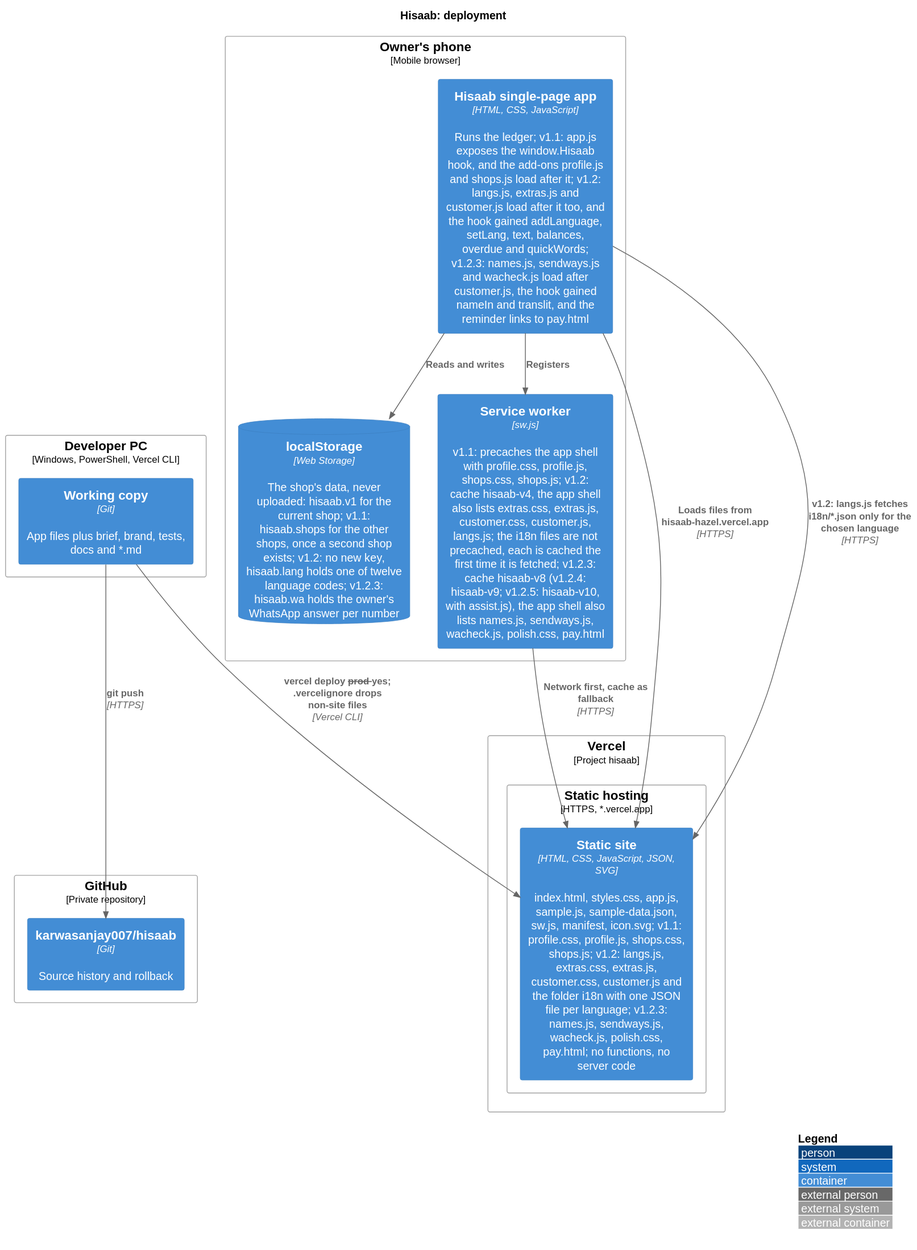
The PlantUML diagram docs/diagrams/deployment.svg in karwasanjay007/hisaab-docs, before a commit.
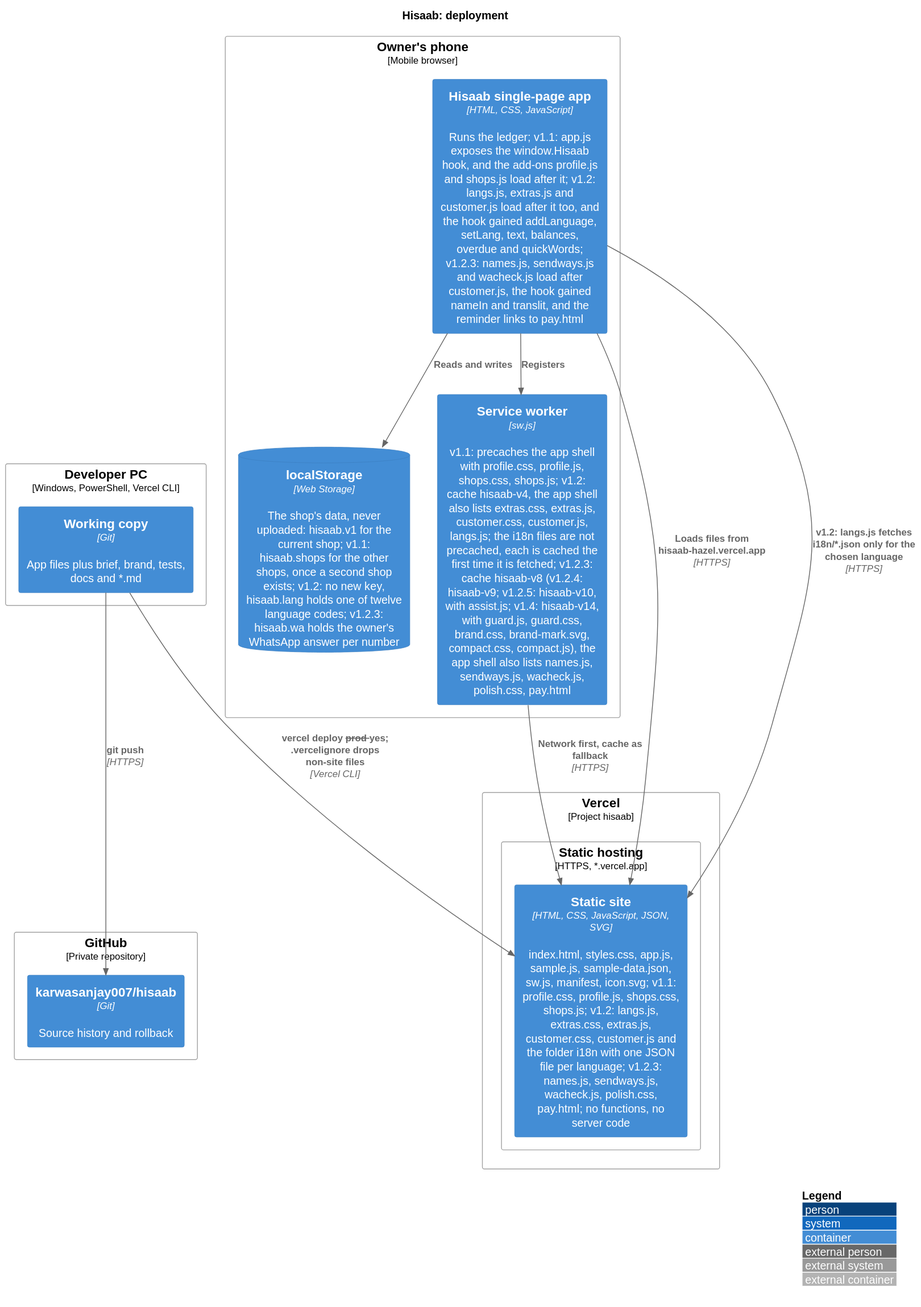
After the commit.

The edit, as a diff of the source:
```diff
@@ -16,7 +16,7 @@
 Deployment_Node(phone, "Owner's phone", "Mobile browser") {
   Container(app, "Hisaab single-page app", "HTML, CSS, JavaScript", "Runs the ledger; v1.1: app.js exposes the window.Hisaab hook, and the add-ons profile.js and shops.js load after it; v1.2: langs.js, extras.js and customer.js load after it too, and the hook gained addLanguage, setLang, text, balances, overdue and quickWords; v1.2.3: names.js, sendways.js and wacheck.js load after customer.js, the hook gained nameIn and translit, and the reminder links to pay.html")
   ContainerDb(store, "localStorage", "Web Storage", "The shop's data, never uploaded: hisaab.v1 for the current shop; v1.1: hisaab.shops for the other shops, once a second shop exists; v1.2: no new key, hisaab.lang holds one of twelve language codes; v1.2.3: hisaab.wa holds the owner's WhatsApp answer per number")
-  Container(swk, "Service worker", "sw.js", "v1.1: precaches the app shell with profile.css, profile.js, shops.css, shops.js; v1.2: cache hisaab-v4, the app shell also lists extras.css, extras.js, customer.css, customer.js, langs.js; the i18n files are not precached, each is cached the first time it is fetched; v1.2.3: cache hisaab-v8 (v1.2.4: hisaab-v9; v1.2.5: hisaab-v10, with assist.js), the app shell also lists names.js, sendways.js, wacheck.js, polish.css, pay.html")
+  Container(swk, "Service worker", "sw.js", "v1.1: precaches the app shell with profile.css, profile.js, shops.css, shops.js; v1.2: cache hisaab-v4, the app shell also lists extras.css, extras.js, customer.css, customer.js, langs.js; the i18n files are not precached, each is cached the first time it is fetched; v1.2.3: cache hisaab-v8 (v1.2.4: hisaab-v9; v1.2.5: hisaab-v10, with assist.js; v1.4: hisaab-v14, with guard.js, guard.css, brand.css, brand-mark.svg, compact.css, compact.js), the app shell also lists names.js, sendways.js, wacheck.js, polish.css, pay.html")
 }
 
 Rel(src, repo, "git push", "HTTPS")
```
